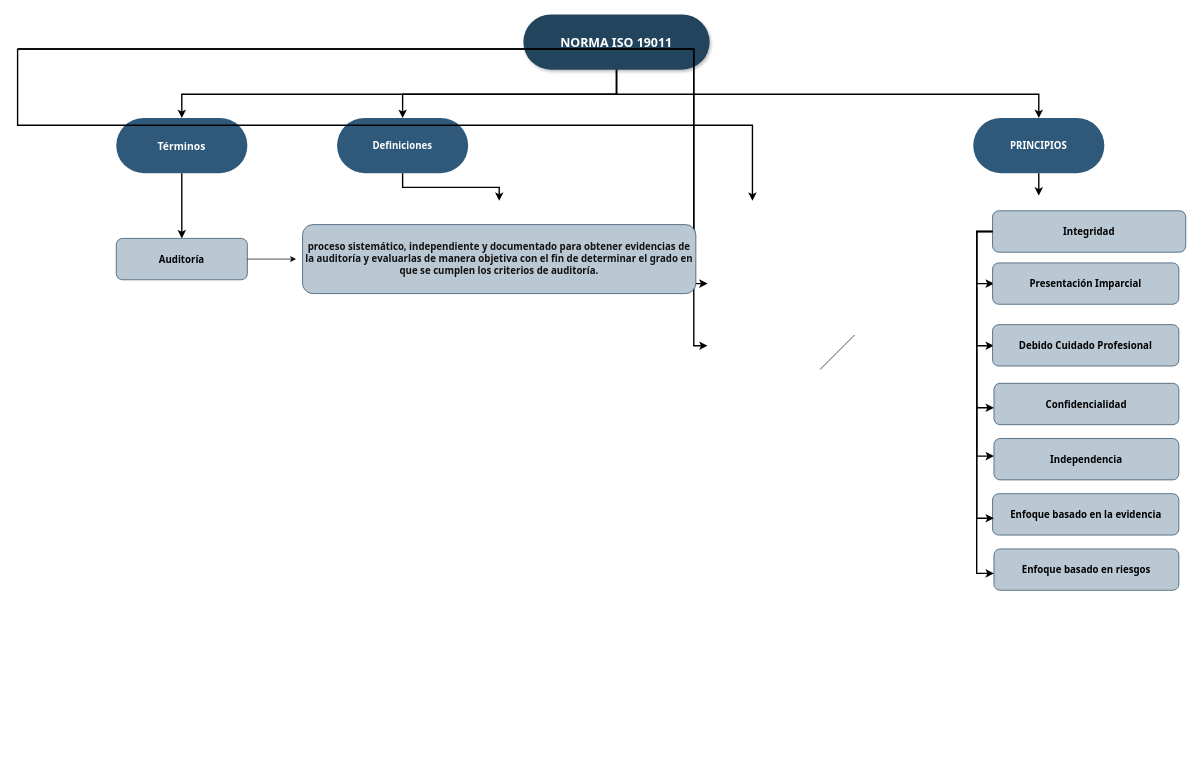
Before: Untitled Diagram.drawio in eleanorMarquez/TYPO3CMS-Tutorial-GettingStarted, a draw.io diagram. Source tidied: cells renumbered, new cells numbered last; positions are measured from the earlier drawing's top-left corner, leaving out a move shared by most shapes. Both pictures are drawn from the tidied source at 69%, with x=0, y=0 at pixel (17, 14).
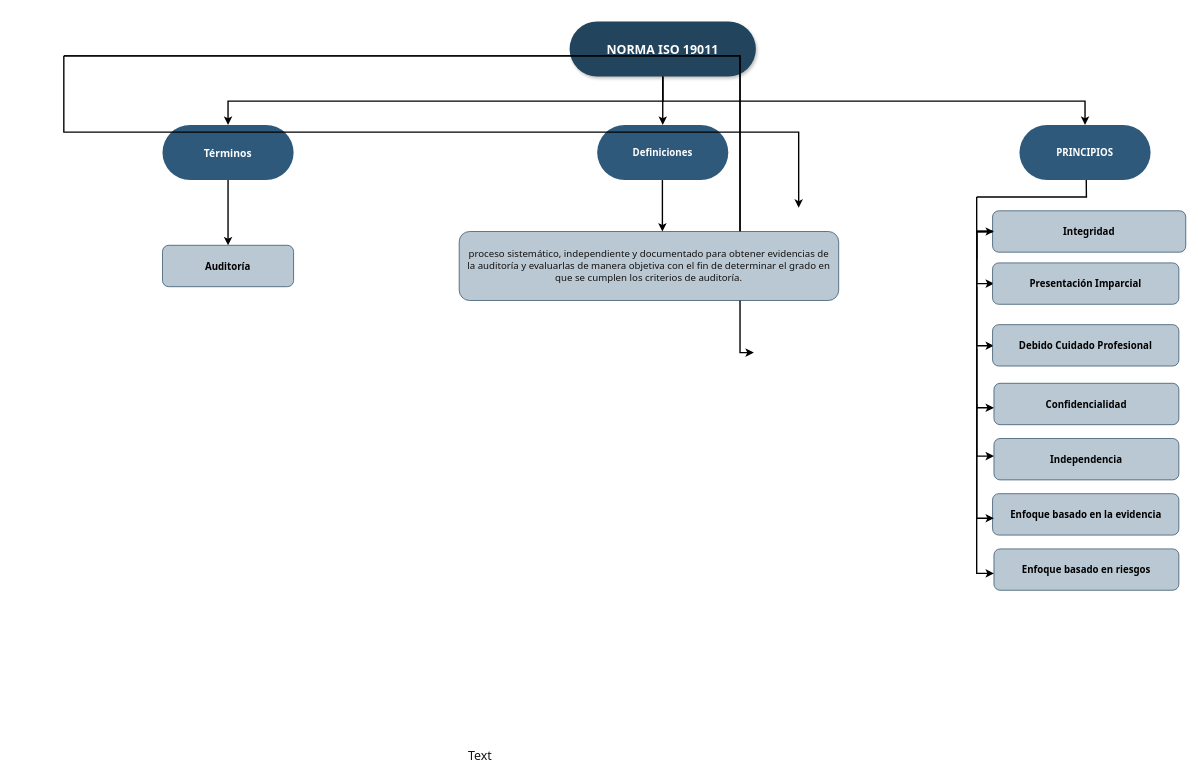
After the change.

Commit message (it also covers changes not shown here):
Norma ISO

Unchanged cells that the change refers to:
```xml
<mxCell id="7" value="Integridad" style="rounded=1;strokeColor=#23445d;fontStyle=1;fontFamily=Tahoma;fontSize=14;fillColor=#bac8d3;" parent="1" vertex="1">
  <mxGeometry x="1413" y="284" width="280" height="60" as="geometry" />
</mxCell>
```

The edit, as a diff of the source:
```diff
@@
     <mxCell id="2" value="NORMA ISO 19011" style="rounded=1;fillColor=#23445D;strokeColor=none;fontColor=#FFFFFF;fontStyle=1;fontFamily=Tahoma;fontSize=18;arcSize=50;shadow=1;sketch=0;glass=0;" parent="1" vertex="1">
-      <mxGeometry x="733" y="-0.5" width="270" height="80" as="geometry" />
+      <mxGeometry x="800" y="9.5" width="270" height="80" as="geometry" />
     </mxCell>
     <mxCell id="3" value="PRINCIPIOS" style="rounded=1;gradientColor=none;strokeColor=none;fontColor=#FFFFFF;fontStyle=1;fontFamily=Tahoma;fontSize=14;arcSize=50;fillColor=#2E597A;" parent="1" vertex="1">
-      <mxGeometry x="1385" y="149.5" width="190" height="80" as="geometry" />
+      <mxGeometry x="1452" y="159.5" width="190" height="80" as="geometry" />
     </mxCell>
@@
     <mxCell id="5" value="Definiciones" style="rounded=1;gradientColor=none;strokeColor=none;fontColor=#FFFFFF;fontStyle=1;fontFamily=Tahoma;fontSize=14;arcSize=50;shadow=0;fillColor=#2E597A;" parent="1" vertex="1">
-      <mxGeometry x="463" y="149.5" width="190" height="80" as="geometry" />
+      <mxGeometry x="840" y="159.5" width="190" height="80" as="geometry" />
     </mxCell>
     <mxCell id="6" value="Términos" style="rounded=1;gradientColor=none;strokeColor=none;fontColor=#FFFFFF;fontStyle=1;fontFamily=Tahoma;fontSize=15;arcSize=50;fillColor=#2E597A;" parent="1" vertex="1">
-      <mxGeometry x="143" y="149.5" width="190" height="80" as="geometry" />
+      <mxGeometry x="210" y="159.5" width="190" height="80" as="geometry" />
     </mxCell>
@@
     <mxCell id="10" style="edgeStyle=elbowEdgeStyle;elbow=horizontal;strokeWidth=2;rounded=0;" parent="1" edge="1" source="6">
       <mxGeometry x="-23" y="135.5" as="geometry">
-        <mxPoint x="238" y="324" as="targetPoint" />
+        <mxPoint x="305" y="334" as="targetPoint" />
         <Array as="points">
-          <mxPoint x="238" y="294" />
-          <mxPoint x="253" y="294" />
-          <mxPoint x="225" y="389.5" />
+          <mxPoint x="305" y="304" />
+          <mxPoint x="320" y="304" />
+          <mxPoint x="292" y="399.5" />
         </Array>
       </mxGeometry>
     </mxCell>
     <mxCell id="11" style="edgeStyle=elbowEdgeStyle;elbow=horizontal;strokeWidth=2;rounded=0;" parent="1" edge="1">
       <mxGeometry x="-23" y="135.5" as="geometry">
-        <mxPoint y="49.5" as="sourcePoint" />
-        <mxPoint x="1000" y="389.5" as="targetPoint" />
+        <mxPoint x="67" y="59.5" as="sourcePoint" />
+        <mxPoint x="1067" y="399.5" as="targetPoint" />
         <Array as="points">
-          <mxPoint x="980" y="349.5" />
+          <mxPoint x="1047" y="359.5" />
         </Array>
       </mxGeometry>
     </mxCell>
     <mxCell id="12" style="edgeStyle=elbowEdgeStyle;elbow=horizontal;strokeWidth=2;rounded=0;" parent="1" edge="1">
       <mxGeometry x="-23" y="135.5" as="geometry">
-        <mxPoint y="49.5" as="sourcePoint" />
-        <mxPoint x="1000" y="479.5" as="targetPoint" />
+        <mxPoint x="67" y="59.5" as="sourcePoint" />
+        <mxPoint x="1067" y="489.5" as="targetPoint" />
         <Array as="points">
-          <mxPoint x="980" y="399.5" />
+          <mxPoint x="1047" y="409.5" />
         </Array>
       </mxGeometry>
     </mxCell>
     <mxCell id="13" style="edgeStyle=elbowEdgeStyle;elbow=horizontal;strokeWidth=2;rounded=0;" parent="1" edge="1" source="7">
-      <mxGeometry x="-23" y="135.5" as="geometry">
+      <mxGeometry x="-90" y="125.5" as="geometry">
         <mxPoint x="1415" y="389.5" as="targetPoint" />
         <Array as="points">
           <mxPoint x="1390" y="349.5" />
         </Array>
       </mxGeometry>
     </mxCell>
     <mxCell id="14" style="edgeStyle=elbowEdgeStyle;elbow=horizontal;strokeWidth=2;rounded=0;" parent="1" edge="1" source="7">
-      <mxGeometry x="-23" y="135.5" as="geometry">
+      <mxGeometry x="-90" y="125.5" as="geometry">
         <mxPoint x="1415" y="479.5" as="targetPoint" />
         <Array as="points">
           <mxPoint x="1390" y="409.5" />
         </Array>
       </mxGeometry>
     </mxCell>
     <mxCell id="15" style="edgeStyle=elbowEdgeStyle;elbow=horizontal;strokeWidth=2;rounded=0;" parent="1" edge="1" source="7">
-      <mxGeometry x="-23" y="135.5" as="geometry">
+      <mxGeometry x="-90" y="125.5" as="geometry">
         <mxPoint x="1415" y="569.5" as="targetPoint" />
         <Array as="points">
           <mxPoint x="1390" y="439.5" />
         </Array>
       </mxGeometry>
     </mxCell>
-    <mxCell id="16" style="edgeStyle=elbowEdgeStyle;elbow=vertical;strokeWidth=2;rounded=0;" parent="1" edge="1" source="5">
-      <mxGeometry x="-23" y="135.5" as="geometry">
-        <mxPoint x="698" y="269.5" as="targetPoint" />
-      </mxGeometry>
-    </mxCell>
     <mxCell id="17" style="edgeStyle=elbowEdgeStyle;elbow=vertical;strokeWidth=2;rounded=0;" parent="1" edge="1">
       <mxGeometry x="-23" y="135.5" as="geometry">
-        <mxPoint y="49.5" as="sourcePoint" />
-        <mxPoint x="1065" y="269.5" as="targetPoint" />
+        <mxPoint x="67" y="59.5" as="sourcePoint" />
+        <mxPoint x="1132" y="279.5" as="targetPoint" />
       </mxGeometry>
     </mxCell>
-    <mxCell id="18" style="edgeStyle=elbowEdgeStyle;elbow=vertical;strokeWidth=2;rounded=0;" parent="1" edge="1" source="3">
-      <mxGeometry x="-23" y="135.5" as="geometry">
-        <mxPoint x="1480" y="262" as="targetPoint" />
-      </mxGeometry>
-    </mxCell>
@@
-    <mxCell id="21" style="endArrow=none;html=1;fontFamily=Tahoma;fontSize=18;fontColor=#FFFFFF;" parent="1" edge="1">
-      <mxGeometry relative="1" as="geometry">
-        <mxPoint x="1163" y="514" as="sourcePoint" />
-        <mxPoint x="1213" y="464" as="targetPoint" />
-      </mxGeometry>
-    </mxCell>
@@
     <mxCell id="26" style="edgeStyle=elbowEdgeStyle;elbow=horizontal;strokeWidth=2;rounded=0;" parent="1" edge="1">
-      <mxGeometry x="-23" y="375.5" as="geometry">
+      <mxGeometry x="-90" y="365.5" as="geometry">
         <mxPoint x="1390" y="564" as="sourcePoint" />
         <mxPoint x="1415" y="809.5" as="targetPoint" />
         <Array as="points">
           <mxPoint x="1390" y="679.5" />
         </Array>
       </mxGeometry>
     </mxCell>
     <mxCell id="27" style="edgeStyle=elbowEdgeStyle;elbow=horizontal;strokeWidth=2;rounded=0;" parent="1" edge="1">
-      <mxGeometry x="-23" y="295.5" as="geometry">
+      <mxGeometry x="-90" y="285.5" as="geometry">
         <mxPoint x="1390" y="484" as="sourcePoint" />
         <mxPoint x="1415" y="729.5" as="targetPoint" />
         <Array as="points">
           <mxPoint x="1390" y="599.5" />
         </Array>
       </mxGeometry>
     </mxCell>
     <mxCell id="28" style="edgeStyle=elbowEdgeStyle;elbow=horizontal;strokeWidth=2;rounded=0;" parent="1" edge="1">
-      <mxGeometry x="-23" y="205.5" as="geometry">
+      <mxGeometry x="-90" y="195.5" as="geometry">
         <mxPoint x="1390" y="394" as="sourcePoint" />
         <mxPoint x="1415" y="639.5" as="targetPoint" />
         <Array as="points">
           <mxPoint x="1390" y="509.5" />
         </Array>
       </mxGeometry>
     </mxCell>
     <mxCell id="29" value="Auditoría" style="rounded=1;strokeColor=#23445d;fontStyle=1;fontFamily=Tahoma;fontSize=14;fillColor=#bac8d3;" parent="1" vertex="1">
-      <mxGeometry x="143" y="324" width="190" height="60" as="geometry" />
+      <mxGeometry x="210" y="334" width="190" height="60" as="geometry" />
     </mxCell>
-    <mxCell id="30" style="endArrow=classic;html=1;fontFamily=Tahoma;fontSize=18;fontColor=#FFFFFF;spacingTop=9;" parent="1" edge="1" source="29">
-      <mxGeometry relative="1" as="geometry">
-        <mxPoint x="403.7" y="354" as="targetPoint" />
-      </mxGeometry>
-    </mxCell>
-    <mxCell id="31" value="proceso sistemático, independiente y documentado para obtener evidencias de&#10;la auditoría y evaluarlas de manera objetiva con el fin de determinar el grado en que se cumplen los criterios de auditoría." style="rounded=1;strokeColor=#23445d;fontStyle=1;fontFamily=Tahoma;fontSize=14;fillColor=#bac8d3;labelBackgroundColor=none;fontColor=#121212;whiteSpace=wrap;labelBorderColor=none;" parent="1" vertex="1">
-      <mxGeometry x="413" y="304" width="570" height="100" as="geometry" />
+    <mxCell id="31" value="proceso sistemático, independiente y documentado para obtener evidencias de&#10;la auditoría y evaluarlas de manera objetiva con el fin de determinar el grado en que se cumplen los criterios de auditoría." style="rounded=1;strokeColor=#23445d;fontStyle=0;fontFamily=Tahoma;fontSize=14;fillColor=#bac8d3;labelBackgroundColor=none;fontColor=#121212;whiteSpace=wrap;labelBorderColor=none;" parent="1" vertex="1">
+      <mxGeometry x="640" y="314" width="550" height="100" as="geometry" />
     </mxCell>
+    <mxCell id="32" style="edgeStyle=elbowEdgeStyle;elbow=horizontal;strokeWidth=2;rounded=0;" parent="1" edge="1">
+      <mxGeometry x="-90" y="50" as="geometry">
+        <mxPoint x="1390" y="354" as="sourcePoint" />
+        <mxPoint x="1415" y="314" as="targetPoint" />
+        <Array as="points">
+          <mxPoint x="1390" y="274" />
+        </Array>
+      </mxGeometry>
+    </mxCell>
+    <mxCell id="33" value="Text" style="text;html=1;align=center;verticalAlign=middle;strokeColor=none;fontSize=18;fontFamily=Tahoma;fontColor=#121212;" parent="1" vertex="1">
+      <mxGeometry x="650" y="1064" width="40" height="20" as="geometry" />
+    </mxCell>
+    <mxCell id="34" style="edgeStyle=elbowEdgeStyle;elbow=horizontal;strokeWidth=2;rounded=0;entryX=0.536;entryY=0;entryDx=0;entryDy=0;entryPerimeter=0;" parent="1" edge="1" target="31">
+      <mxGeometry x="606.5" y="135.5" as="geometry">
+        <mxPoint x="934.5" y="239.5" as="sourcePoint" />
+        <Array as="points">
+          <mxPoint x="934.5" y="304" />
+          <mxPoint x="949.5" y="304" />
+          <mxPoint x="921.5" y="399.5" />
+        </Array>
+      </mxGeometry>
+    </mxCell>
+    <mxCell id="35" style="endArrow=none;html=1;fontFamily=Tahoma;fontSize=65;fontColor=#121212;strokeWidth=2;" parent="1" edge="1">
+      <mxGeometry relative="1" as="geometry">
+        <mxPoint x="1390" y="314" as="sourcePoint" />
+        <mxPoint x="1390" y="264" as="targetPoint" />
+      </mxGeometry>
+    </mxCell>
+    <mxCell id="36" style="endArrow=none;html=1;fontFamily=Tahoma;fontSize=65;fontColor=#121212;strokeWidth=2;" parent="1" edge="1">
+      <mxGeometry relative="1" as="geometry">
+        <mxPoint x="1390" y="264" as="sourcePoint" />
+        <mxPoint x="1550" y="264" as="targetPoint" />
+      </mxGeometry>
+    </mxCell>
+    <mxCell id="37" style="endArrow=none;html=1;fontFamily=Tahoma;fontSize=65;fontColor=#121212;strokeWidth=2;" parent="1" edge="1">
+      <mxGeometry relative="1" as="geometry">
+        <mxPoint x="1548.8" y="239.5" as="sourcePoint" />
+        <mxPoint x="1549" y="264" as="targetPoint" />
+      </mxGeometry>
+    </mxCell>
```
